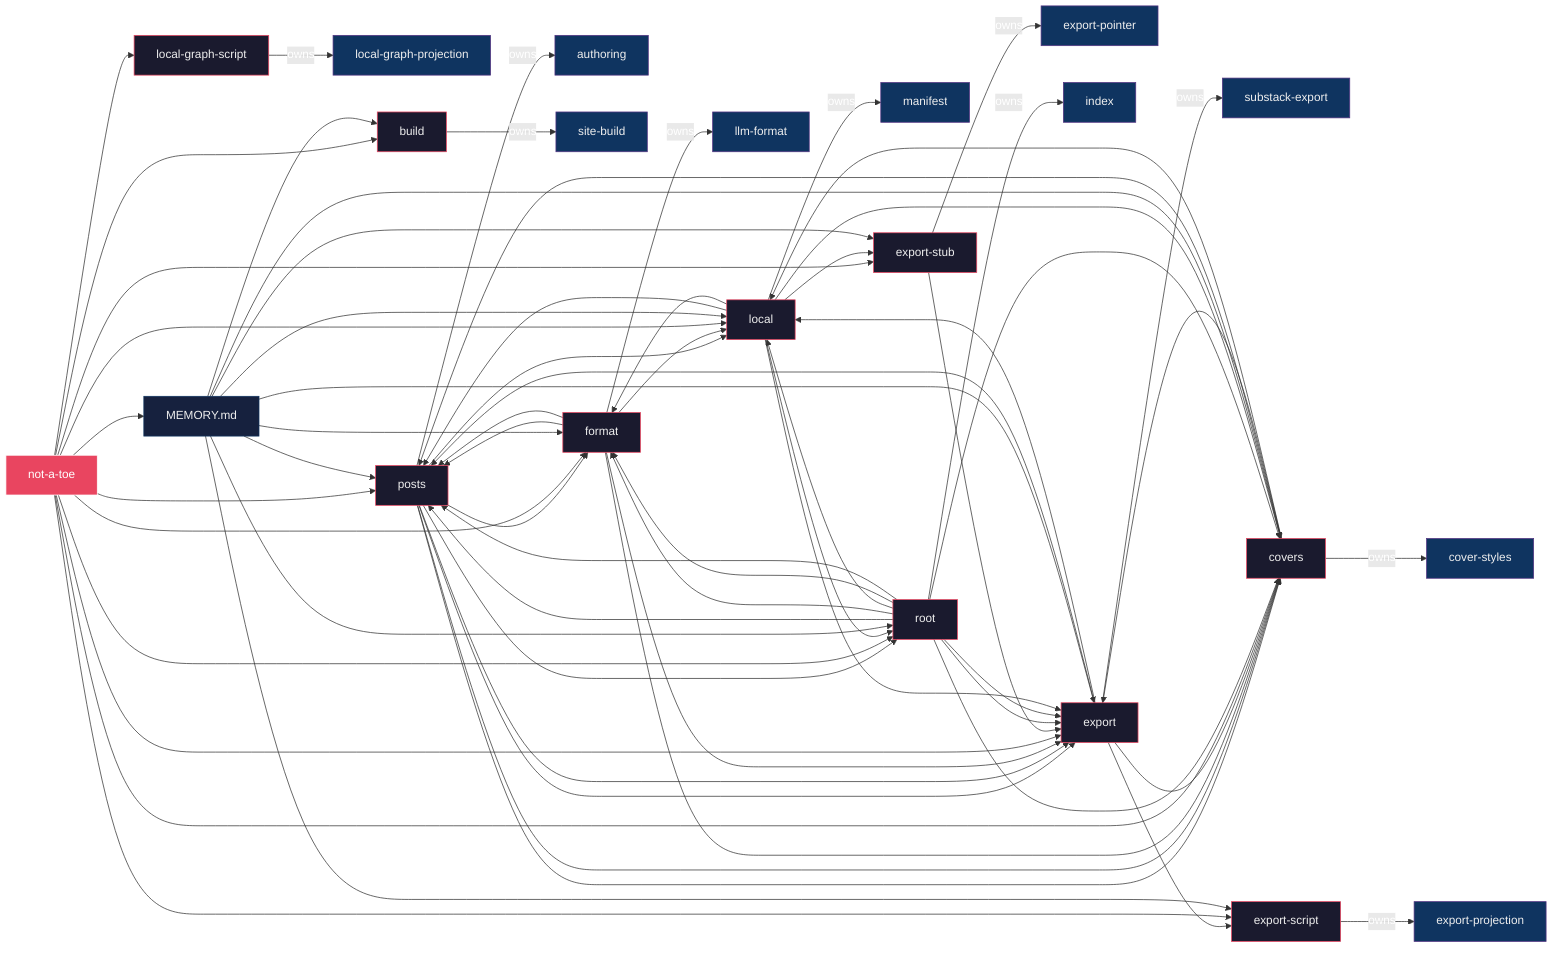
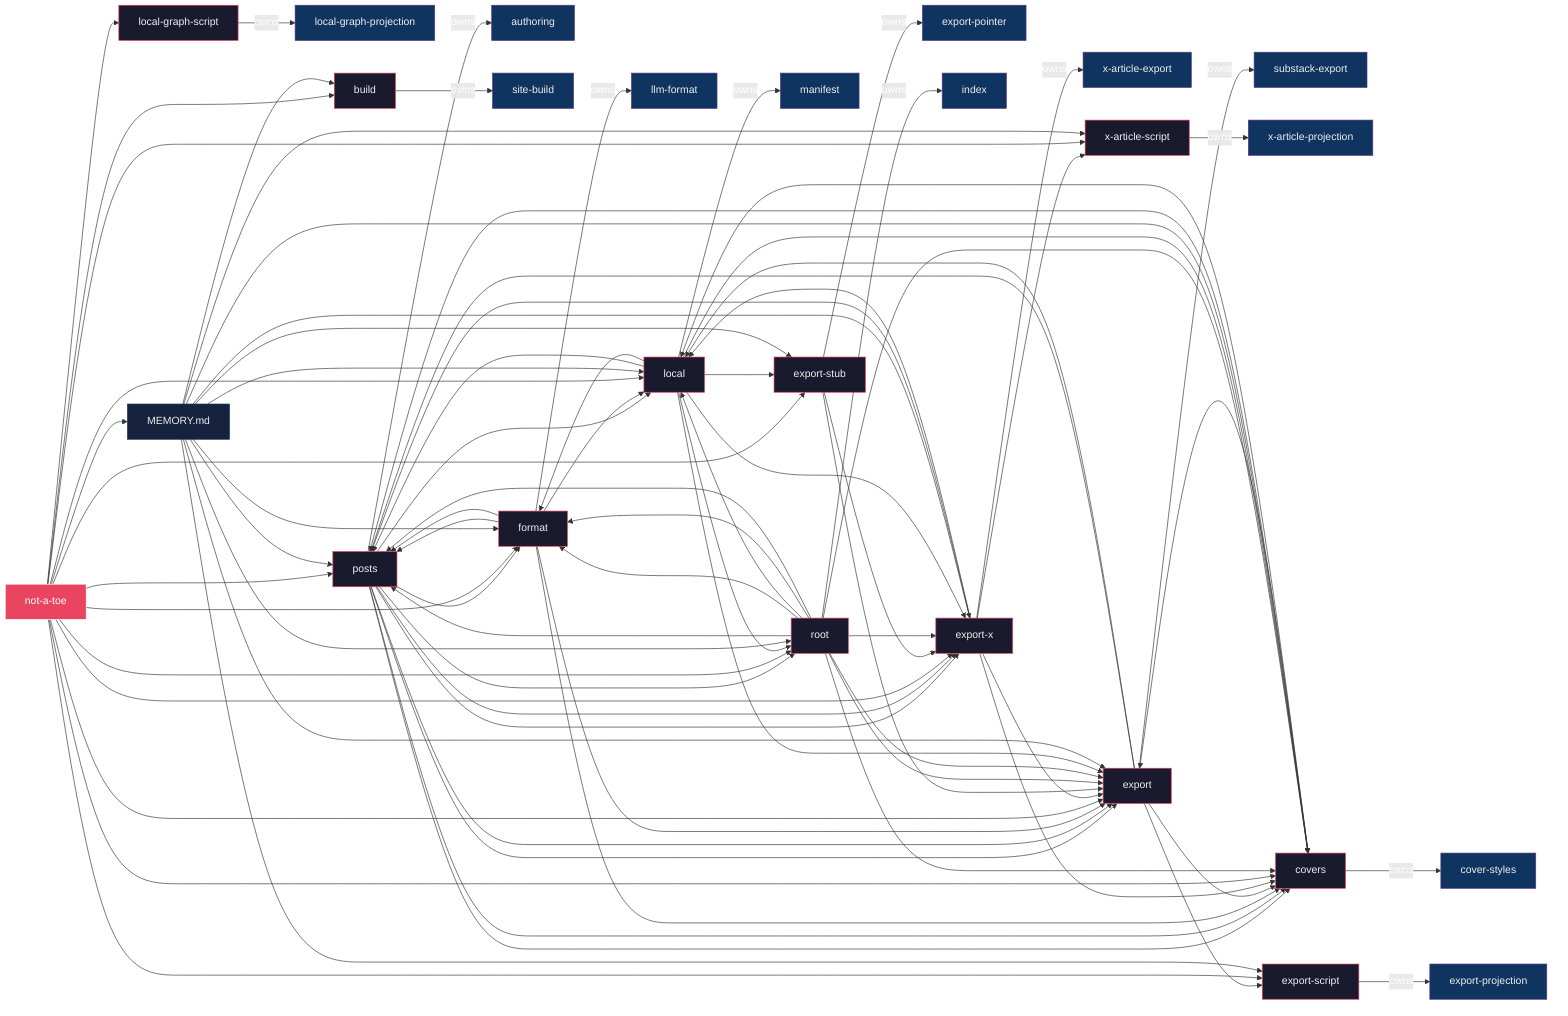
%% Disposable local-memory projection — regenerate; do not edit
flowchart LR
  classDef tracker fill:#1a1a2e,color:#eee,stroke:#e94560
  classDef memory fill:#16213e,color:#eee,stroke:#0f3460
  classDef domain fill:#0f3460,color:#eee,stroke:#533483
  classDef root fill:#e94560,color:#fff,stroke:#fff
  domain_authoring["authoring"]
  class domain_authoring domain
  domain_cover_styles["cover-styles"]
  class domain_cover_styles domain
  domain_export_pointer["export-pointer"]
  class domain_export_pointer domain
  domain_export_projection["export-projection"]
  class domain_export_projection domain
  domain_index["index"]
  class domain_index domain
  domain_llm_format["llm-format"]
  class domain_llm_format domain
  domain_local_graph_projection["local-graph-projection"]
  class domain_local_graph_projection domain
  domain_manifest["manifest"]
  class domain_manifest domain
  domain_site_build["site-build"]
  class domain_site_build domain
  domain_substack_export["substack-export"]
  class domain_substack_export domain
+   domain_x_article_export["x-article-export"]
+   class domain_x_article_export domain
+   domain_x_article_projection["x-article-projection"]
+   class domain_x_article_projection domain
  memory_project["MEMORY.md"]
  class memory_project memory
  project_not_a_toe["not-a-toe"]
  class project_not_a_toe root
  tracker_build["build"]
  class tracker_build tracker
  tracker_covers["covers"]
  class tracker_covers tracker
  tracker_export["export"]
  class tracker_export tracker
  tracker_export_script["export-script"]
  class tracker_export_script tracker
  tracker_export_stub["export-stub"]
  class tracker_export_stub tracker
+   tracker_export_x["export-x"]
+   class tracker_export_x tracker
  tracker_format["format"]
  class tracker_format tracker
  tracker_local["local"]
  class tracker_local tracker
  tracker_local_graph_script["local-graph-script"]
  class tracker_local_graph_script tracker
  tracker_posts["posts"]
  class tracker_posts tracker
  tracker_root["root"]
  class tracker_root tracker
+   tracker_x_article_script["x-article-script"]
+   class tracker_x_article_script tracker
  project_not_a_toe --> tracker_posts
  tracker_posts -->|owns| domain_authoring
  tracker_posts --> tracker_format
  tracker_posts --> tracker_covers
  tracker_posts --> tracker_export
+   tracker_posts --> tracker_export_x
  tracker_posts --> tracker_local
  tracker_posts --> tracker_root
  tracker_posts --> tracker_covers
  tracker_posts --> tracker_export
+   tracker_posts --> tracker_export_x
  project_not_a_toe --> tracker_format
  tracker_format -->|owns| domain_llm_format
  tracker_format --> tracker_posts
  tracker_format --> tracker_local
  tracker_format --> tracker_posts
  tracker_format --> tracker_export
  tracker_format --> tracker_covers
  project_not_a_toe --> tracker_export
  tracker_export -->|owns| domain_substack_export
  tracker_export --> tracker_posts
  tracker_export --> tracker_export_script
  tracker_export --> tracker_covers
  tracker_export --> tracker_local
+   project_not_a_toe --> tracker_export_x
+   tracker_export_x -->|owns| domain_x_article_export
+   tracker_export_x --> tracker_posts
+   tracker_export_x --> tracker_x_article_script
+   tracker_export_x --> tracker_export
+   tracker_export_x --> tracker_covers
+   tracker_export_x --> tracker_local
  project_not_a_toe --> tracker_export_stub
  tracker_export_stub -->|owns| domain_export_pointer
  tracker_export_stub --> tracker_export
+   tracker_export_stub --> tracker_export_x
  project_not_a_toe --> tracker_covers
  tracker_covers -->|owns| domain_cover_styles
  tracker_covers --> tracker_posts
  tracker_covers --> tracker_export
  tracker_covers --> tracker_local
  project_not_a_toe --> tracker_root
  tracker_root -->|owns| domain_index
  tracker_root --> tracker_posts
  tracker_root --> tracker_format
  tracker_root --> tracker_covers
  tracker_root --> tracker_export
+   tracker_root --> tracker_export_x
  tracker_root --> tracker_local
  tracker_root --> tracker_covers
  tracker_root --> tracker_format
  tracker_root --> tracker_posts
  tracker_root --> tracker_export
  project_not_a_toe --> tracker_local
  tracker_local -->|owns| domain_manifest
  tracker_local --> tracker_posts
  tracker_local --> tracker_format
  tracker_local --> tracker_export
+   tracker_local --> tracker_export_x
  tracker_local --> tracker_export_stub
  tracker_local --> tracker_covers
  tracker_local --> tracker_root
  project_not_a_toe --> tracker_build
  tracker_build -->|owns| domain_site_build
  project_not_a_toe --> tracker_export_script
  tracker_export_script -->|owns| domain_export_projection
+   project_not_a_toe --> tracker_x_article_script
+   tracker_x_article_script -->|owns| domain_x_article_projection
  project_not_a_toe --> tracker_local_graph_script
  tracker_local_graph_script -->|owns| domain_local_graph_projection
  project_not_a_toe --> memory_project
  memory_project --> tracker_posts
  memory_project --> tracker_format
  memory_project --> tracker_export
+   memory_project --> tracker_export_x
  memory_project --> tracker_export_stub
  memory_project --> tracker_covers
  memory_project --> tracker_root
  memory_project --> tracker_local
  memory_project --> tracker_build
  memory_project --> tracker_export_script
+   memory_project --> tracker_x_article_script
